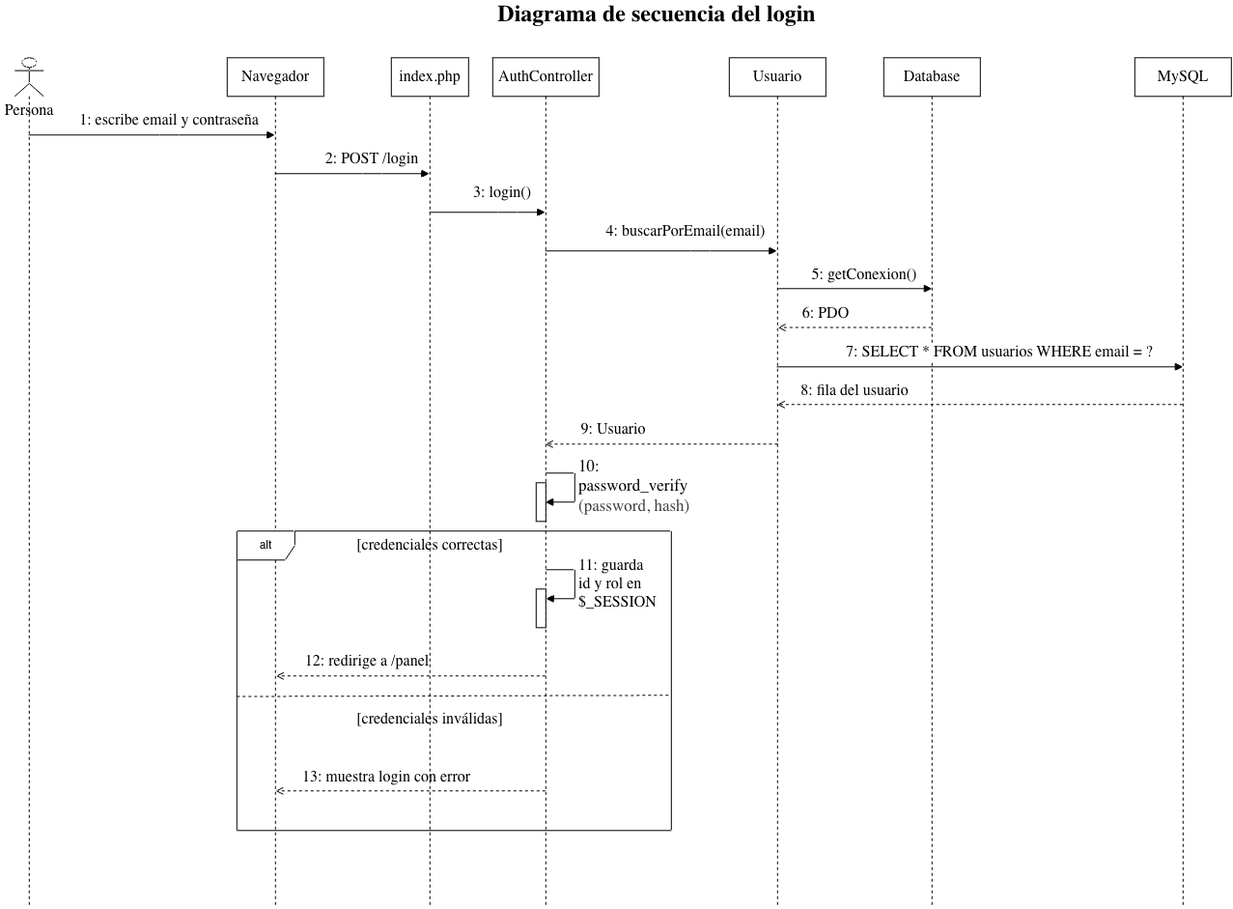
The draw.io diagram doc/diagramas/06_secuencia_login.drawio.png in 202312505e-sys/liga-basquetball, before a commit. Source tidied: cells renumbered, new cells last; positions are measured from the earlier drawing's top-left corner, leaving out a move shared by most shapes.
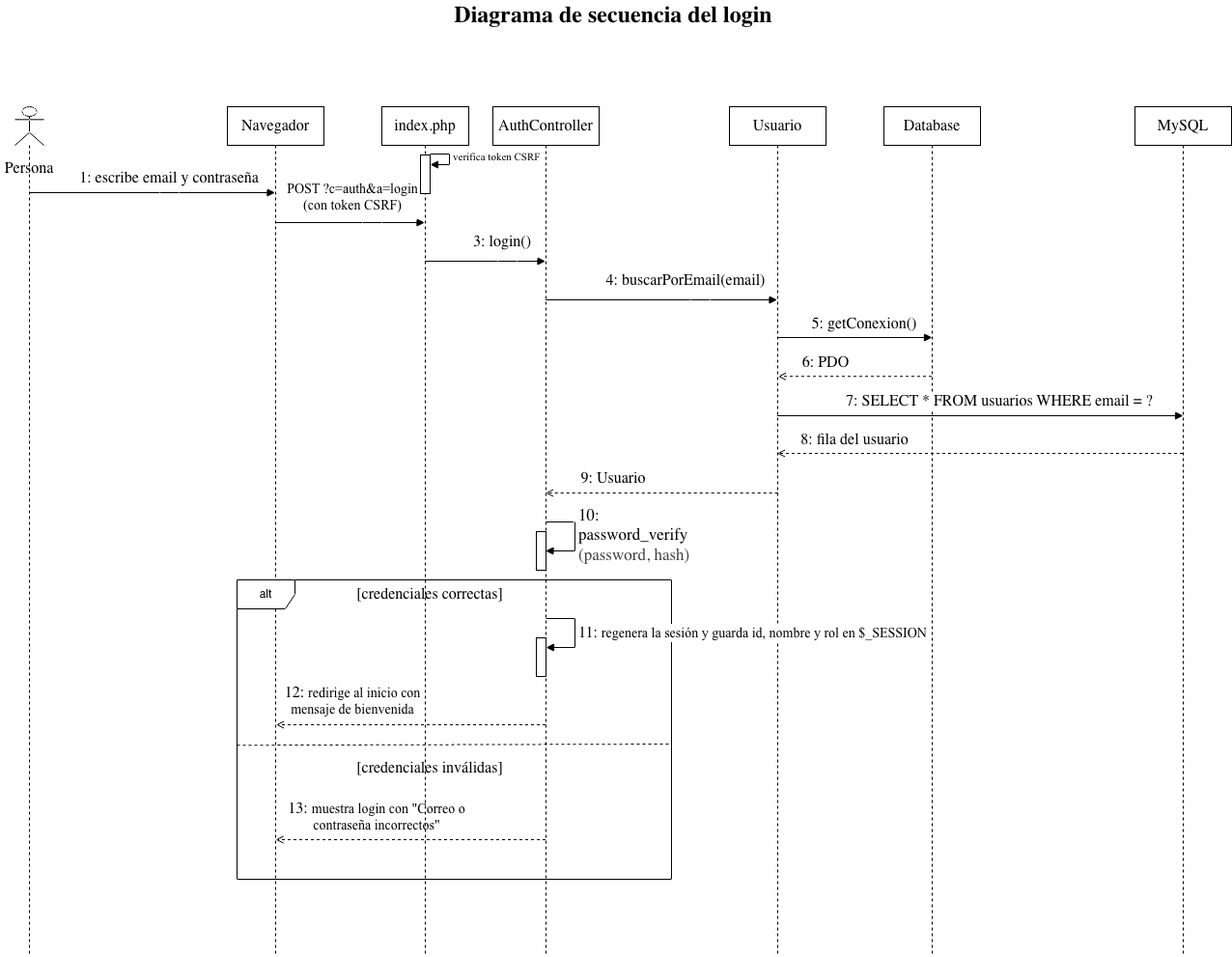
The same diagram one commit later.

Commit message:
Corrige el diagrama de secuencia del login según el código

The edit, as a diff of the source:
```diff
@@ -20,12 +20,26 @@
       </mxGeometry>
     </mxCell>
     <mxCell id="5" value="&lt;span style=&quot;caret-color: rgb(0, 0, 0); color: rgb(0, 0, 0); font-family: -webkit-standard; font-size: medium; text-align: start;&quot;&gt;index.php&lt;/span&gt;" style="shape=umlLifeline;perimeter=lifelinePerimeter;whiteSpace=wrap;html=1;outlineConnect=0;portConstraint=eastwest;newEdgeStyle={&quot;edgeStyle&quot;:&quot;elbowEdgeStyle&quot;,&quot;elbow&quot;:&quot;vertical&quot;,&quot;curved&quot;:0,&quot;rounded&quot;:0};" parent="1" vertex="1">
-      <mxGeometry x="405" y="60" width="80" height="880" as="geometry" />
+      <mxGeometry x="395" y="60" width="90" height="880" as="geometry" />
     </mxCell>
+    <mxCell id="41" style="html=1;points=[[0,0,0,0,5],[0,1,0,0,-5],[1,0,0,0,5],[1,1,0,0,-5]];perimeter=orthogonalPerimeter;outlineConnect=0;targetShapes=umlLifeline;portConstraint=eastwest;newEdgeStyle={&quot;edgeStyle&quot;:&quot;sequenceEdgeStyle&quot;,&quot;libavoidRouting&quot;:0,&quot;curved&quot;:0,&quot;rounded&quot;:0};" parent="5" vertex="1">
+      <mxGeometry x="40" y="50" width="10" height="40" as="geometry" />
+    </mxCell>
+    <mxCell id="42" value="&lt;font face=&quot;Times New Roman&quot;&gt;verifica token CSRF&lt;/font&gt;" style="html=1;align=left;spacingLeft=2;endArrow=block;edgeStyle=sequenceEdgeStyle;libavoidRouting=0;curved=0;rounded=0;" parent="5" edge="1" target="41">
+      <mxGeometry x="-0.12" relative="1" as="geometry">
+        <mxPoint x="50" y="49" as="sourcePoint" />
+        <Array as="points">
+          <mxPoint x="70" y="49" />
+          <mxPoint x="70" y="60" />
+        </Array>
+      </mxGeometry>
+    </mxCell>
-    <mxCell id="6" style="html=1;endArrow=block;endFill=1;" parent="1" edge="1" source="7" target="3">
+    <mxCell id="6" style="html=1;endArrow=block;endFill=1;" parent="1" edge="1">
       <mxGeometry relative="1" as="geometry">
+        <mxPoint x="29.5" y="149" as="sourcePoint" />
+        <mxPoint x="284.5" y="149" as="targetPoint" />
         <Array as="points">
-          <mxPoint x="175" y="140" />
+          <mxPoint x="175" y="149" />
         </Array>
       </mxGeometry>
     </mxCell>
@@ -33,10 +47,10 @@
       <mxGeometry x="15" y="60" width="30" height="880" as="geometry" />
     </mxCell>
     <mxCell id="8" value="&lt;span style=&quot;caret-color: rgb(0, 0, 0); color: rgb(0, 0, 0); font-family: -webkit-standard; font-size: medium; text-align: start;&quot;&gt;1: escribe email y contraseña&lt;/span&gt;" style="text;html=1;whiteSpace=wrap;strokeColor=none;fillColor=none;align=center;verticalAlign=middle;rounded=0;" parent="1" vertex="1">
-      <mxGeometry x="75" y="110" width="200" height="30" as="geometry" />
+      <mxGeometry x="75" y="119" width="200" height="30" as="geometry" />
     </mxCell>
-    <mxCell id="9" value="&lt;span style=&quot;caret-color: rgb(0, 0, 0); color: rgb(0, 0, 0); font-family: -webkit-standard; font-size: medium; text-align: start;&quot;&gt;2: POST /login&lt;/span&gt;" style="text;html=1;whiteSpace=wrap;strokeColor=none;fillColor=none;align=center;verticalAlign=middle;rounded=0;" parent="1" vertex="1">
-      <mxGeometry x="335" y="150" width="100" height="30" as="geometry" />
+    <mxCell id="9" value="&lt;font face=&quot;Times New Roman&quot; style=&quot;font-size: 14px; color: rgb(0, 0, 0);&quot;&gt;POST ?c=auth&amp;amp;a=login (con token CSRF)&lt;/font&gt;" style="text;html=1;whiteSpace=wrap;strokeColor=none;fillColor=none;align=center;verticalAlign=middle;rounded=0;" parent="1" vertex="1">
+      <mxGeometry x="295" y="139" width="140" height="30" as="geometry" />
     </mxCell>
     <mxCell id="10" style="html=1;endArrow=block;endFill=1;" parent="1" edge="1" source="11" target="16">
       <mxGeometry relative="1" as="geometry">
@@ -125,11 +139,11 @@
     <mxCell id="30" value="alt" style="shape=umlFrame;whiteSpace=wrap;html=1;" parent="1" vertex="1">
       <mxGeometry x="245" y="550" width="450" height="310" as="geometry" />
     </mxCell>
-    <mxCell id="31" value="&lt;span style=&quot;caret-color: rgb(0, 0, 0); color: rgb(0, 0, 0); font-family: -webkit-standard; font-size: medium; text-align: start;&quot;&gt;12: redirige a /panel&lt;/span&gt;" style="text;html=1;whiteSpace=wrap;strokeColor=none;fillColor=none;align=center;verticalAlign=middle;rounded=0;" parent="1" vertex="1">
-      <mxGeometry x="305" y="670" width="150" height="30" as="geometry" />
+    <mxCell id="31" value="&lt;span style=&quot;caret-color: rgb(0, 0, 0); color: rgb(0, 0, 0); font-family: -webkit-standard; font-size: medium; text-align: start;&quot;&gt;12:&amp;nbsp;&lt;/span&gt;&lt;font face=&quot;Times New Roman&quot; style=&quot;font-size: 14px;&quot;&gt;redirige al inicio con mensaje de bienvenida&lt;/font&gt;" style="text;html=1;whiteSpace=wrap;strokeColor=none;fillColor=none;align=center;verticalAlign=middle;rounded=0;" parent="1" vertex="1">
+      <mxGeometry x="290" y="660" width="150" height="30" as="geometry" />
     </mxCell>
-    <mxCell id="32" value="&lt;span style=&quot;caret-color: rgb(0, 0, 0); color: rgb(0, 0, 0); font-family: -webkit-standard; font-size: medium; text-align: start;&quot;&gt;13: muestra login con error&lt;/span&gt;" style="text;html=1;whiteSpace=wrap;strokeColor=none;fillColor=none;align=center;verticalAlign=middle;rounded=0;" parent="1" vertex="1">
-      <mxGeometry x="305" y="790" width="190" height="30" as="geometry" />
+    <mxCell id="32" value="&lt;span style=&quot;caret-color: rgb(0, 0, 0); color: rgb(0, 0, 0); font-family: -webkit-standard; font-size: medium; text-align: start;&quot;&gt;13:&amp;nbsp;&lt;/span&gt;&lt;font style=&quot;font-size: 14px;&quot; face=&quot;Times New Roman&quot;&gt;muestra login con &quot;Correo o contraseña incorrectos&quot;&lt;/font&gt;" style="text;html=1;whiteSpace=wrap;strokeColor=none;fillColor=none;align=center;verticalAlign=middle;rounded=0;" parent="1" vertex="1">
+      <mxGeometry x="295" y="780" width="190" height="30" as="geometry" />
     </mxCell>
     <mxCell id="33" style="endArrow=none;dashed=1;html=1;entryX=1.006;entryY=0.496;entryDx=0;entryDy=0;entryPerimeter=0;exitX=0.006;exitY=0.5;exitDx=0;exitDy=0;exitPerimeter=0;" parent="1" edge="1">
       <mxGeometry relative="1" as="geometry">
@@ -144,12 +158,12 @@
       <mxGeometry x="340" y="730" width="210" height="30" as="geometry" />
     </mxCell>
     <mxCell id="36" value="&lt;span style=&quot;caret-color: rgb(0, 0, 0); color: rgb(0, 0, 0); font-family: -webkit-standard; font-size: medium; text-align: start;&quot;&gt;Persona&lt;/span&gt;" style="text;html=1;whiteSpace=wrap;strokeColor=none;fillColor=none;align=center;verticalAlign=middle;rounded=0;" parent="1" vertex="1">
-      <mxGeometry y="100" width="60" height="30" as="geometry" />
+      <mxGeometry y="109" width="60" height="30" as="geometry" />
     </mxCell>
     <mxCell id="37" value="&lt;span style=&quot;caret-color: rgb(0, 0, 0); color: rgb(0, 0, 0); font-family: -webkit-standard; text-align: start;&quot;&gt;&lt;b style=&quot;&quot;&gt;&lt;font style=&quot;font-size: 24px;&quot;&gt;Diagrama de secuencia del login&lt;/font&gt;&lt;/b&gt;&lt;/span&gt;" style="text;html=1;whiteSpace=wrap;strokeColor=none;fillColor=none;align=center;verticalAlign=middle;rounded=0;" parent="1" vertex="1">
-      <mxGeometry x="465" width="430" height="30" as="geometry" />
+      <mxGeometry x="420" y="-50" width="430" height="30" as="geometry" />
     </mxCell>
-    <mxCell id="38" value="&lt;span style=&quot;color: rgb(0, 0, 0); font-family: -webkit-standard; font-size: medium; caret-color: rgb(0, 0, 0); white-space: normal; background-color: rgb(255, 255, 255);&quot;&gt;11: guarda id y rol en $_SESSION&lt;/span&gt;" style="html=1;align=left;spacingLeft=2;endArrow=block;edgeStyle=sequenceEdgeStyle;libavoidRouting=0;curved=0;rounded=0;" parent="1" edge="1" target="14">
+    <mxCell id="38" value="&lt;span style=&quot;color: rgb(0, 0, 0); font-family: -webkit-standard; font-size: medium; caret-color: rgb(0, 0, 0); white-space: normal; background-color: rgb(255, 255, 255);&quot;&gt;11:&amp;nbsp;&lt;/span&gt;&lt;font face=&quot;Times New Roman&quot; style=&quot;font-size: 14px;&quot;&gt;regenera la sesión y guarda id, nombre y rol en $_SESSION&lt;/font&gt;" style="html=1;align=left;spacingLeft=2;endArrow=block;edgeStyle=sequenceEdgeStyle;libavoidRouting=0;curved=0;rounded=0;" parent="1" edge="1" target="14">
       <mxGeometry relative="1" as="geometry">
         <mxPoint x="565" y="590" as="sourcePoint" />
         <Array as="points">
```
